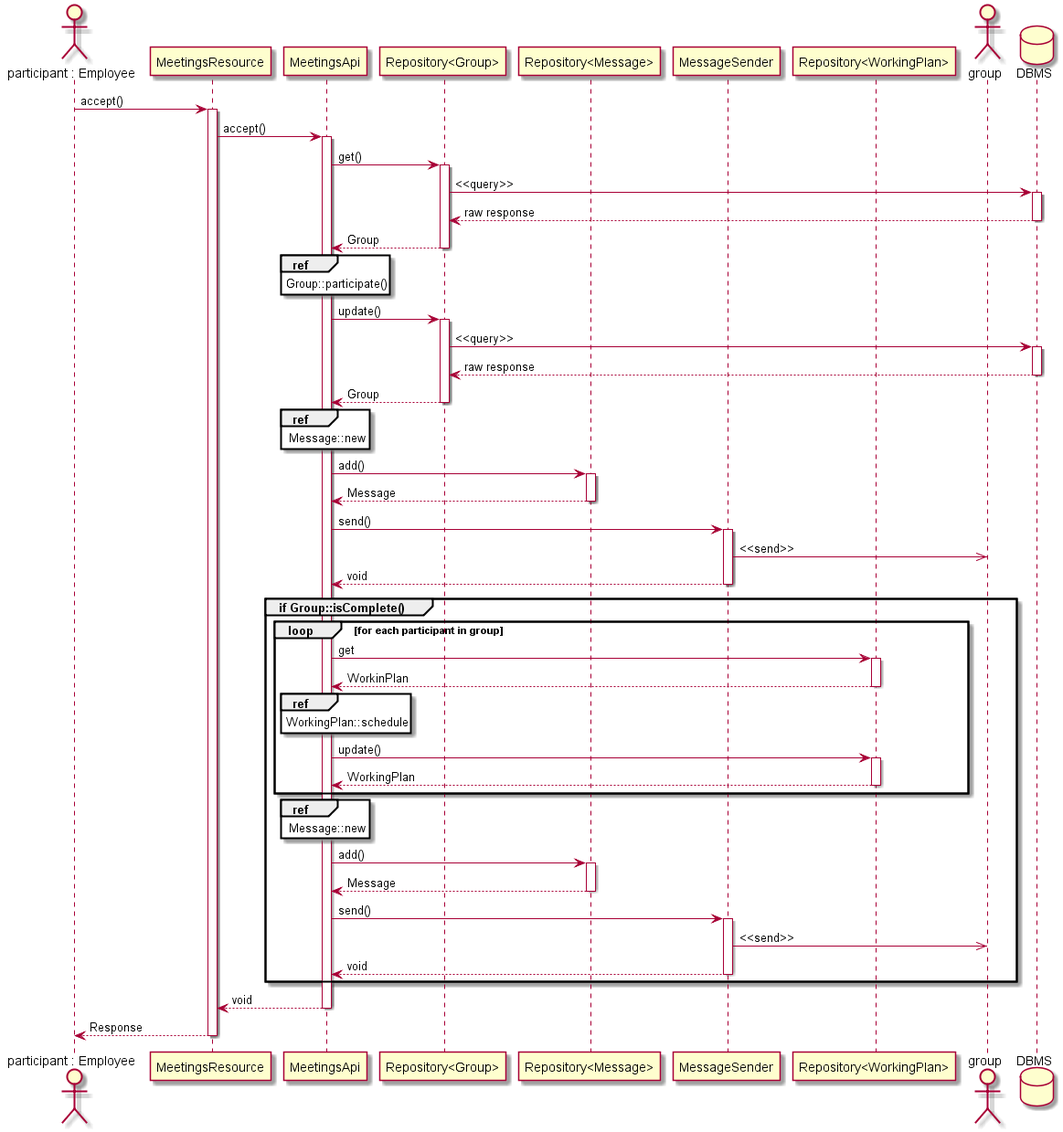
Above: diagrams/sequence/meetings/accept meeting.png in JohnKhandygo/employee-managment (PlantUML), before the change. Source of this version:
```plantuml
@startuml

actor "participant : Employee" as participant
participant MeetingsResource as resource
participant MeetingsApi as api
participant "Repository<Group>" as groups
participant "Repository<Message>" as messages
participant MessageSender as sender
participant  "Repository<WorkingPlan>" as activities
actor group
database DBMS

participant -> resource : accept()
activate resource
resource -> api : accept()
activate api

api -> groups : get()
activate groups
groups -> DBMS : <<query>>
activate DBMS
DBMS --> groups : raw response
deactivate DBMS
groups --> api : Group
deactivate groups

ref over api : Group::participate()

api -> groups : update()
activate groups
groups -> DBMS : <<query>>
activate DBMS
DBMS --> groups : raw response
deactivate DBMS
groups --> api : Group
deactivate groups

ref over api : Message::new
api -> messages : add()
activate messages
messages --> api : Message
deactivate messages
api -> sender : send()
activate sender
sender ->> group : <<send>>
sender --> api : void
deactivate sender

group if Group::isComplete()
  loop for each participant in group
    api -> activities : get
    activate activities
    activities --> api : WorkinPlan
    deactivate activities

    ref over api : WorkingPlan::schedule

    api -> activities : update()
    activate activities
    activities --> api : WorkingPlan
    deactivate activities
  end
  ref over api : Message::new
  api -> messages : add()
  activate messages
  messages --> api : Message
  deactivate messages
  api -> sender : send()
  activate sender
  sender ->> group : <<send>>
  sender --> api : void
  deactivate sender
end

api --> resource : void
deactivate api
resource --> participant : Response
deactivate resource

@enduml
```
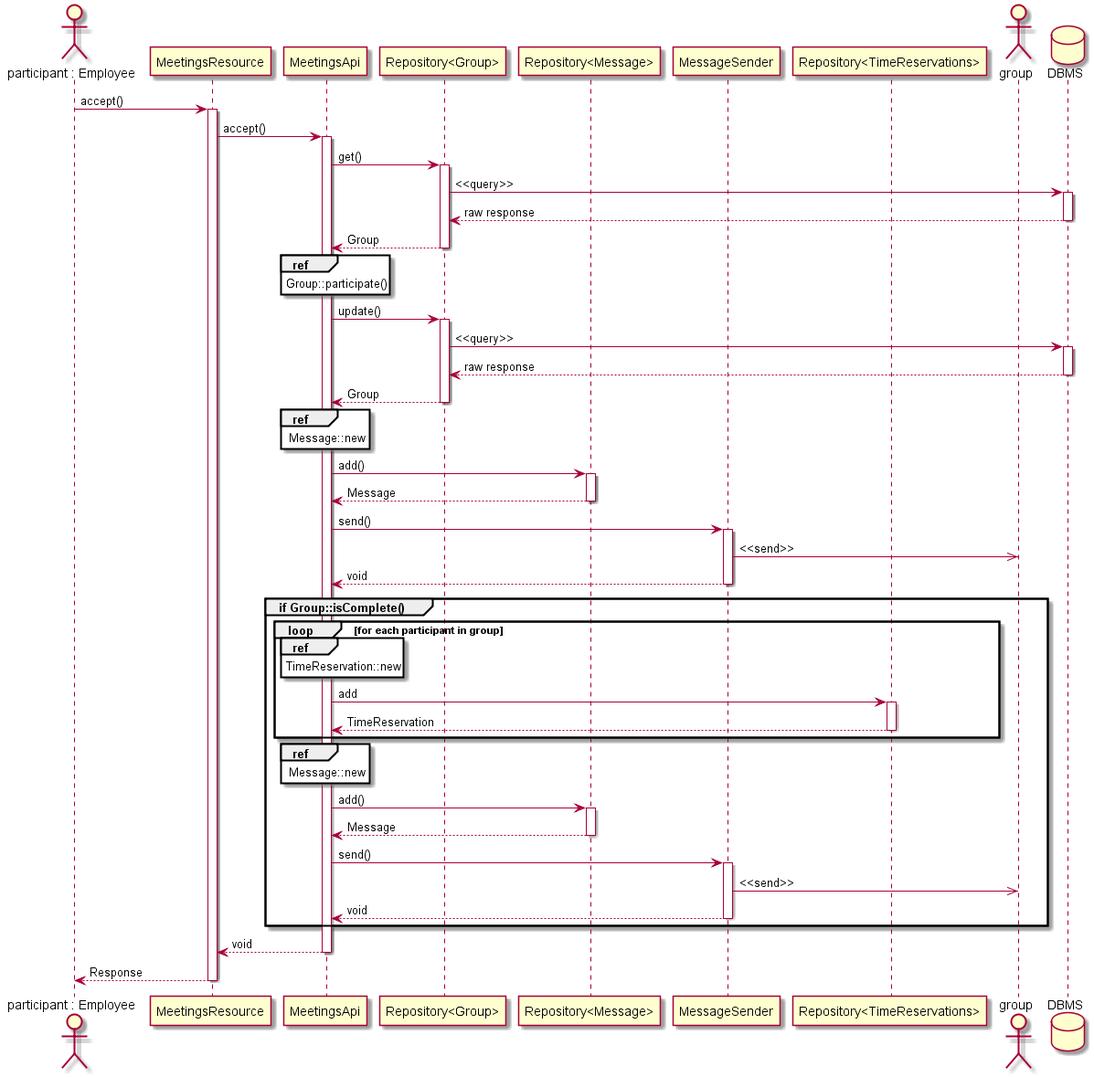
The same file after the commit.

Commit message:
add sequence diagrams for reservations.

Change to the diagram source:
```diff
@@ -6,7 +6,7 @@
 participant "Repository<Group>" as groups
 participant "Repository<Message>" as messages
 participant MessageSender as sender
-participant  "Repository<WorkingPlan>" as activities
+participant  "Repository<TimeReservations>" as reservations
 actor group
 database DBMS
 
@@ -48,17 +48,11 @@
 
 group if Group::isComplete()
   loop for each participant in group
-    api -> activities : get
-    activate activities
-    activities --> api : WorkinPlan
-    deactivate activities
-
-    ref over api : WorkingPlan::schedule
-
-    api -> activities : update()
-    activate activities
-    activities --> api : WorkingPlan
-    deactivate activities
+    ref over api : TimeReservation::new
+    api -> reservations : add
+    activate reservations
+    reservations --> api : TimeReservation
+    deactivate reservations
   end
   ref over api : Message::new
   api -> messages : add()
```
